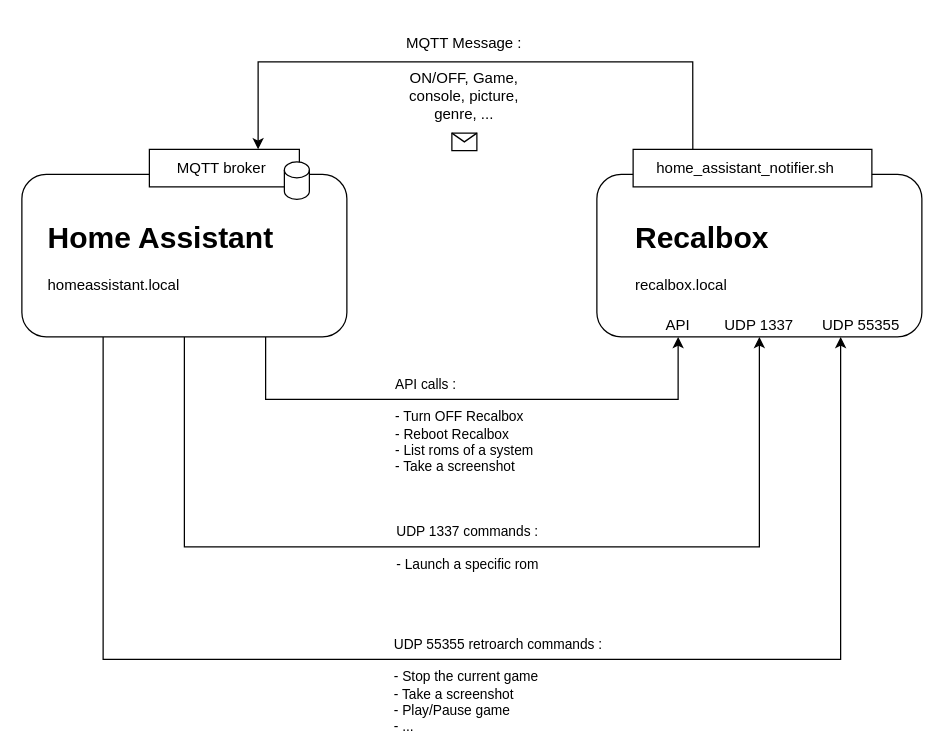
Earlier version of the draw.io diagram docs/RecalboxHomeAssistantArchitecture.drawio (ooree23/RecalboxHomeAssistant). Source tidied: cells renumbered, new cells numbered last; positions are measured from the earlier drawing's top-left corner, leaving out a move shared by most shapes. Both pictures are drawn from the tidied source at 125%, with x=0, y=0 at pixel (21, 21).
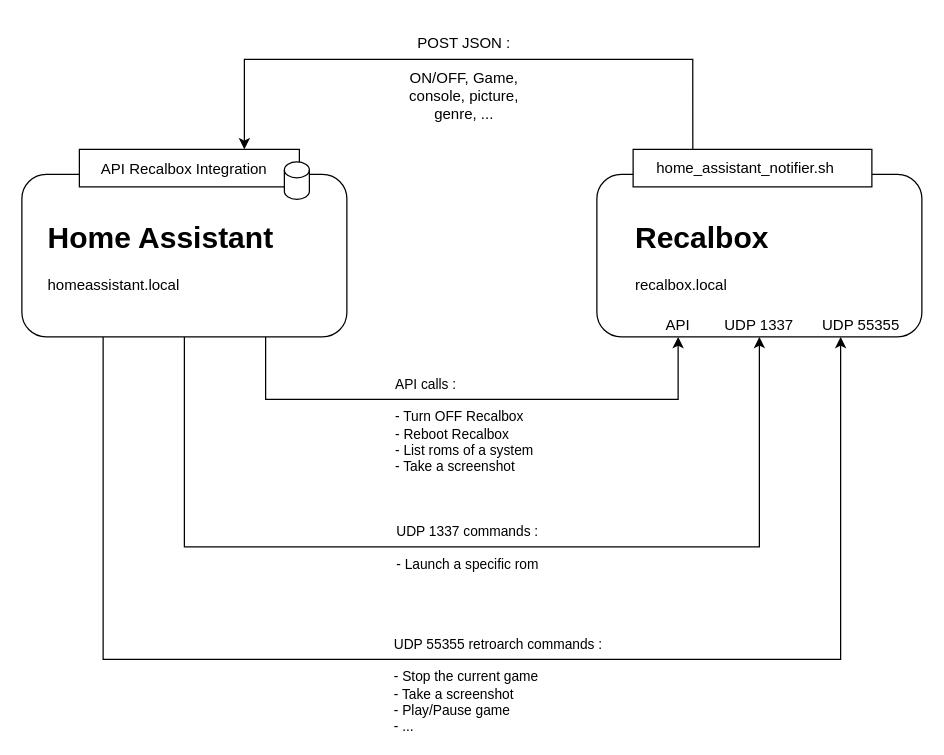
The same diagram, later.

Commit message (it also covers changes not shown here):
Update architecture pics

The change refers to these unchanged cells:
```xml
<mxCell id="14" style="rounded=0;whiteSpace=wrap;html=1;" parent="1" vertex="1">
  <mxGeometry x="489" y="102" width="191" height="30" as="geometry" />
</mxCell>
```

Diff of the diagram source:
```diff
@@
     <mxCell id="11" style="rounded=0;whiteSpace=wrap;html=1;" parent="1" vertex="1">
-      <mxGeometry x="102" y="102" width="120" height="30" as="geometry" />
+      <mxGeometry x="46" y="102" width="176" height="30" as="geometry" />
     </mxCell>
-    <mxCell id="12" value="MQTT broker" style="text;html=1;whiteSpace=wrap;strokeColor=none;fillColor=none;align=center;verticalAlign=middle;rounded=0;" parent="1" vertex="1">
-      <mxGeometry x="102" y="102" width="116" height="30" as="geometry" />
+    <mxCell id="12" value="API Recalbox Integration" style="text;html=1;whiteSpace=wrap;strokeColor=none;fillColor=none;align=center;verticalAlign=middle;rounded=0;" parent="1" vertex="1">
+      <mxGeometry x="54" y="103" width="152" height="30" as="geometry" />
     </mxCell>
-    <mxCell id="13" style="edgeStyle=orthogonalEdgeStyle;rounded=0;jettySize=auto;html=1;exitX=0.25;exitY=0;exitDx=0;exitDy=0;entryX=0.75;entryY=0;entryDx=0;entryDy=0;" parent="1" edge="1" source="14" target="12">
-      <mxGeometry relative="1" as="geometry">
-        <Array as="points">
-          <mxPoint x="537" y="32" />
-          <mxPoint x="189" y="32" />
-        </Array>
-      </mxGeometry>
-    </mxCell>
+    <mxCell id="23" style="edgeStyle=orthogonalEdgeStyle;rounded=0;jettySize=auto;html=1;exitX=0.25;exitY=0;exitDx=0;exitDy=0;entryX=0.75;entryY=0;entryDx=0;entryDy=0;" parent="1" edge="1" source="14" target="11">
+      <mxGeometry relative="1" as="geometry">
+        <Array as="points">
+          <mxPoint x="537" y="30" />
+          <mxPoint x="178" y="30" />
+        </Array>
+      </mxGeometry>
+    </mxCell>
@@
-    <mxCell id="16" value="MQTT Message :&lt;div&gt;&lt;div&gt;&lt;br&gt;&lt;/div&gt;&lt;div&gt;ON/OFF, Game, console, picture, genre, ...&lt;/div&gt;&lt;/div&gt;" style="text;html=1;whiteSpace=wrap;strokeColor=none;fillColor=none;align=center;verticalAlign=middle;rounded=0;" parent="1" vertex="1">
+    <mxCell id="16" value="POST JSON :&lt;div&gt;&lt;div&gt;&lt;br&gt;&lt;/div&gt;&lt;div&gt;ON/OFF, Game, console, picture, genre, ...&lt;/div&gt;&lt;/div&gt;" style="text;html=1;whiteSpace=wrap;strokeColor=none;fillColor=none;align=center;verticalAlign=middle;rounded=0;" parent="1" vertex="1">
       <mxGeometry x="294" width="120" height="90" as="geometry" />
     </mxCell>
-    <mxCell id="17" style="shape=message;html=1;" parent="1" vertex="1">
-      <mxGeometry x="344" y="89" width="20" height="14" as="geometry" />
-    </mxCell>
```
